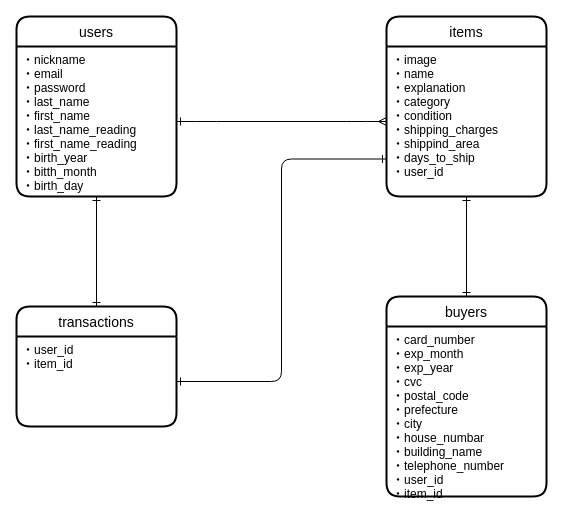
Akiramiya1911/furima-31721 keeps this draw.io diagram as furima-31721.dio. Above is the earlier version. Source tidied: cells renumbered, new cells numbered last; positions are measured from the earlier drawing's top-left corner, leaving out a move shared by most shapes. Both pictures are drawn from the tidied source at 100%, with x=0, y=0 at pixel (16, 16).
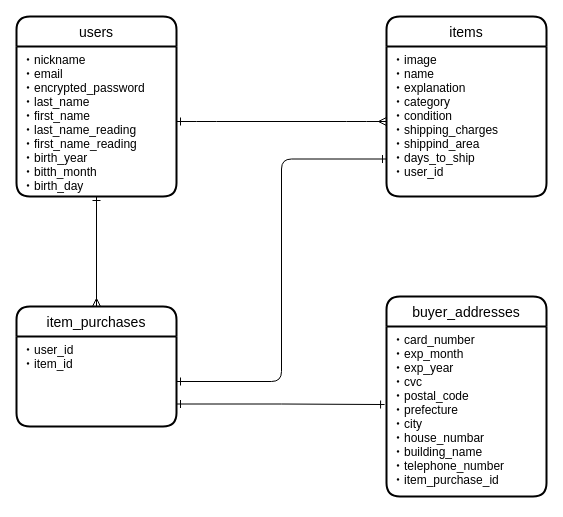
The same page after the edit.

Commit message (it also covers changes not shown here):
テーブル設計（修正２）

Change to the diagram source:
```diff
@@
 <mxGraphModel>
   <root>
     <mxCell id="0" />
     <mxCell id="1" parent="0" />
     <mxCell id="2" value="users" style="swimlane;horizontal=1;startSize=30;rounded=1;fontSize=14;fontStyle=0;strokeWidth=2;shadow=0;dashed=0;align=center;" parent="1" vertex="1">
       <mxGeometry width="160" height="180" as="geometry" />
     </mxCell>
-    <mxCell id="3" value="・nickname&#10;・email&#10;・password&#10;・last_name&#10;・first_name&#10;・last_name_reading&#10;・first_name_reading&#10;・birth_year&#10;・bitth_month&#10;・birth_day&#10;" style="align=left;strokeColor=none;fillColor=none;spacingLeft=4;fontSize=12;verticalAlign=top;" parent="2" vertex="1">
+    <mxCell id="3" value="・nickname&#10;・email&#10;・encrypted_password&#10;・last_name&#10;・first_name&#10;・last_name_reading&#10;・first_name_reading&#10;・birth_year&#10;・bitth_month&#10;・birth_day&#10;" style="align=left;strokeColor=none;fillColor=none;spacingLeft=4;fontSize=12;verticalAlign=top;" parent="2" vertex="1">
       <mxGeometry y="30" width="160" height="150" as="geometry" />
     </mxCell>
     <mxCell id="4" value="items" style="swimlane;horizontal=1;startSize=30;rounded=1;fontSize=14;fontStyle=0;strokeWidth=2;shadow=0;dashed=0;align=center;" parent="1" vertex="1">
       <mxGeometry x="370" width="160" height="180" as="geometry" />
     </mxCell>
     <mxCell id="5" value="・image&#10;・name&#10;・explanation&#10;・category&#10;・condition&#10;・shipping_charges&#10;・shippind_area&#10;・days_to_ship&#10;・user_id&#10;&#10;" style="align=left;strokeColor=none;fillColor=none;spacingLeft=4;fontSize=12;verticalAlign=top;" parent="4" vertex="1">
       <mxGeometry y="30" width="160" height="150" as="geometry" />
     </mxCell>
     <mxCell id="6" style="edgeStyle=entityRelationEdgeStyle;fontSize=12;html=1;endArrow=ERmany;exitX=1;exitY=0.5;exitDx=0;exitDy=0;entryX=0;entryY=0.5;entryDx=0;entryDy=0;endFill=0;startArrow=ERone;startFill=0;" parent="1" edge="1" source="3" target="5">
       <mxGeometry relative="1" as="geometry" />
     </mxCell>
-    <mxCell id="7" style="edgeStyle=orthogonalEdgeStyle;fontSize=12;html=1;endArrow=ERone;startArrow=ERone;entryX=0.5;entryY=1;entryDx=0;entryDy=0;endFill=0;startFill=0;exitX=0.5;exitY=0;exitDx=0;exitDy=0;" parent="1" edge="1" source="10" target="5">
-      <mxGeometry relative="1" as="geometry" />
-    </mxCell>
-    <mxCell id="8" value="transactions" style="swimlane;horizontal=1;startSize=30;rounded=1;fontSize=14;fontStyle=0;strokeWidth=2;shadow=0;dashed=0;align=center;" parent="1" vertex="1">
+    <mxCell id="8" value="item_purchases" style="swimlane;horizontal=1;startSize=30;rounded=1;fontSize=14;fontStyle=0;strokeWidth=2;shadow=0;dashed=0;align=center;" parent="1" vertex="1">
       <mxGeometry y="290" width="160" height="120" as="geometry" />
     </mxCell>
     <mxCell id="9" value="・user_id&#10;・item_id&#10;" style="align=left;strokeColor=none;fillColor=none;spacingLeft=4;fontSize=12;verticalAlign=top;" parent="8" vertex="1">
       <mxGeometry y="30" width="160" height="90" as="geometry" />
     </mxCell>
-    <mxCell id="10" value="buyers" style="swimlane;horizontal=1;startSize=30;rounded=1;fontSize=14;fontStyle=0;strokeWidth=2;shadow=0;dashed=0;align=center;" parent="1" vertex="1">
+    <mxCell id="10" value="buyer_addresses" style="swimlane;horizontal=1;startSize=30;rounded=1;fontSize=14;fontStyle=0;strokeWidth=2;shadow=0;dashed=0;align=center;" parent="1" vertex="1">
       <mxGeometry x="370" y="280" width="160" height="200" as="geometry" />
     </mxCell>
-    <mxCell id="11" value="・card_number&#10;・exp_month&#10;・exp_year&#10;・cvc&#10;・postal_code&#10;・prefecture&#10;・city&#10;・house_numbar&#10;・building_name&#10;・telephone_number&#10;・user_id&#10;・item_id" style="align=left;strokeColor=none;fillColor=none;spacingLeft=4;fontSize=12;verticalAlign=top;" parent="10" vertex="1">
+    <mxCell id="11" value="・card_number&#10;・exp_month&#10;・exp_year&#10;・cvc&#10;・postal_code&#10;・prefecture&#10;・city&#10;・house_numbar&#10;・building_name&#10;・telephone_number&#10;・item_purchase_id" style="align=left;strokeColor=none;fillColor=none;spacingLeft=4;fontSize=12;verticalAlign=top;" parent="10" vertex="1">
       <mxGeometry y="30" width="160" height="170" as="geometry" />
     </mxCell>
     <mxCell id="12" style="edgeStyle=orthogonalEdgeStyle;fontSize=12;html=1;endArrow=ERone;entryX=0;entryY=0.75;entryDx=0;entryDy=0;exitX=1;exitY=0.5;exitDx=0;exitDy=0;startArrow=ERone;startFill=0;endFill=0;" parent="1" edge="1" source="9" target="5">
       <mxGeometry relative="1" as="geometry" />
     </mxCell>
-    <mxCell id="13" style="edgeStyle=orthogonalEdgeStyle;fontSize=12;html=1;endArrow=ERone;startArrow=ERone;entryX=0.5;entryY=1;entryDx=0;entryDy=0;exitX=0.5;exitY=0;exitDx=0;exitDy=0;startFill=0;endFill=0;" parent="1" edge="1" source="8" target="3">
+    <mxCell id="13" style="edgeStyle=orthogonalEdgeStyle;fontSize=12;html=1;endArrow=ERone;startArrow=ERmany;entryX=0.5;entryY=1;entryDx=0;entryDy=0;exitX=0.5;exitY=0;exitDx=0;exitDy=0;startFill=0;endFill=0;" parent="1" edge="1" source="8" target="3">
       <mxGeometry relative="1" as="geometry" />
     </mxCell>
+    <mxCell id="14" style="edgeStyle=orthogonalEdgeStyle;rounded=0;jettySize=auto;html=1;exitX=1;exitY=0.75;exitDx=0;exitDy=0;entryX=-0.012;entryY=0.459;entryDx=0;entryDy=0;entryPerimeter=0;startArrow=ERone;startFill=0;endArrow=ERone;endFill=0;" parent="1" edge="1" source="9" target="11">
+      <mxGeometry relative="1" as="geometry" />
+    </mxCell>
   </root>
 </mxGraphModel>
```
